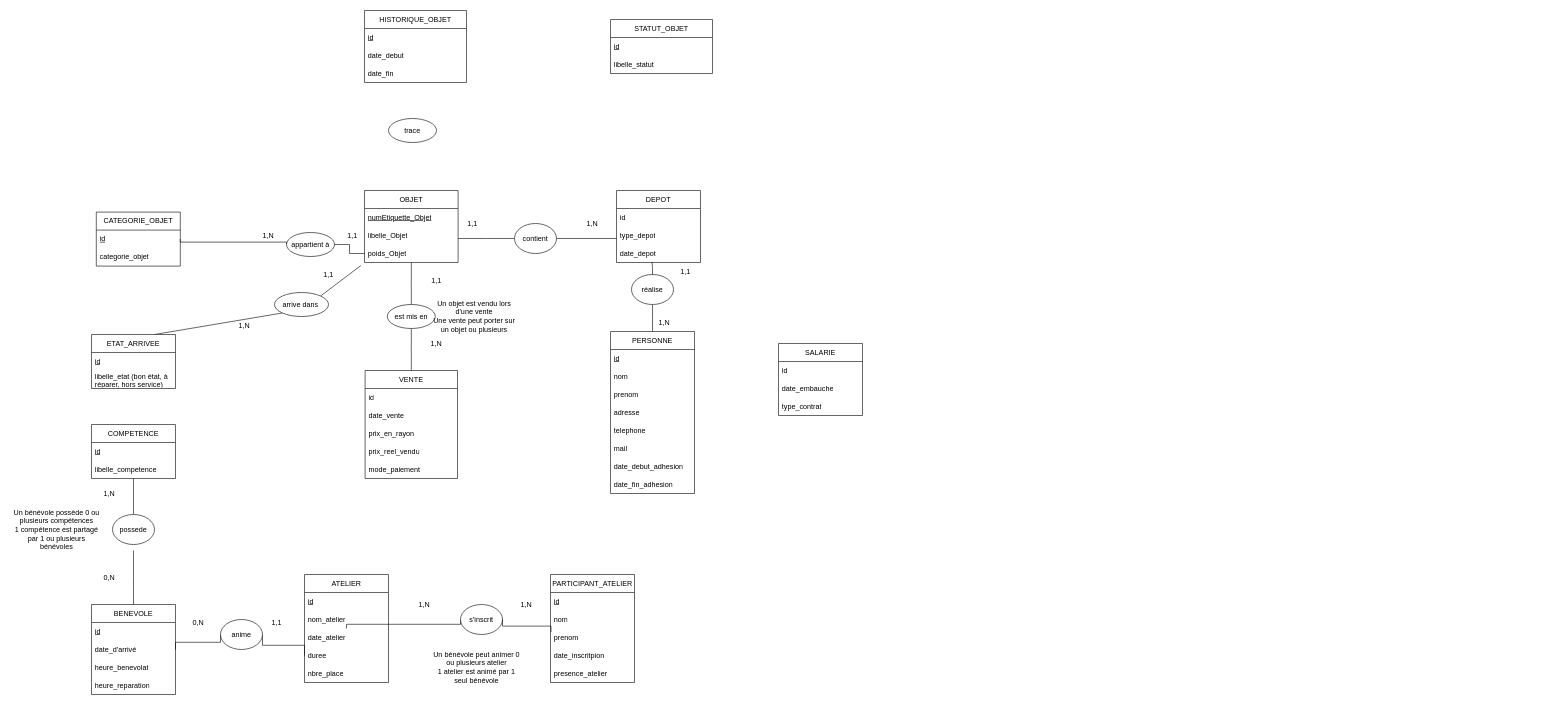
The draw.io diagram schema_EA_adatabase.drawio in gdiaby2403/repo1, before the edit. Source tidied: cells renumbered, new cells numbered last; positions are measured from the earlier drawing's top-left corner, leaving out a move shared by most shapes. Both pictures are drawn from the tidied source at 60%, with x=0, y=0 at pixel (10, 10).
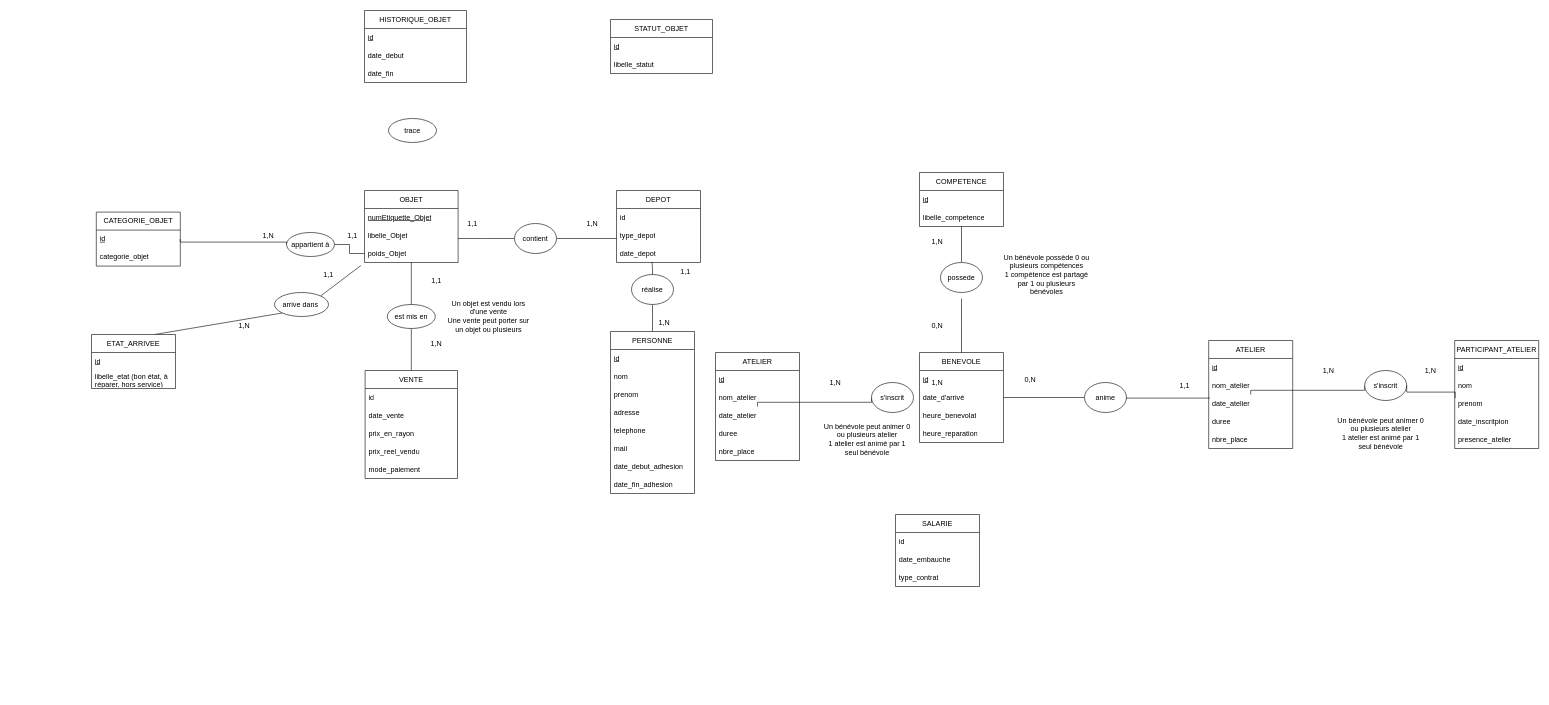
The same diagram, later.

The change refers to these unchanged cells:
```xml
<mxCell id="10" value="date_atelier" style="text;strokeColor=none;fillColor=none;align=left;verticalAlign=middle;spacingLeft=4;spacingRight=4;overflow=hidden;points=[[0,0.5],[1,0.5]];portConstraint=eastwest;whiteSpace=wrap;html=1;" parent="7" vertex="1">
  <mxGeometry y="90" width="140" height="30" as="geometry" />
</mxCell>
<mxCell id="11" value="duree" style="text;strokeColor=none;fillColor=none;align=left;verticalAlign=middle;spacingLeft=4;spacingRight=4;overflow=hidden;points=[[0,0.5],[1,0.5]];portConstraint=eastwest;whiteSpace=wrap;html=1;" parent="7" vertex="1">
  <mxGeometry y="120" width="140" height="30" as="geometry" />
</mxCell>
```

Change to the diagram source:
```diff
@@
     <mxCell id="7" value="ATELIER" style="swimlane;fontStyle=0;horizontal=1;startSize=30;whiteSpace=wrap;html=1;" parent="1" vertex="1">
-      <mxGeometry x="490" y="940" width="140" height="180" as="geometry" />
+      <mxGeometry x="1997" y="550" width="140" height="180" as="geometry" />
     </mxCell>
@@
-    <mxCell id="13" style="edgeStyle=elbowEdgeStyle;shape=wire;rounded=0;jettySize=auto;elbow=vertical;html=1;exitX=1;exitY=0.5;exitDx=0;exitDy=0;entryX=0;entryY=0.5;entryDx=0;entryDy=0;dashed=1;endArrow=none;endFill=0;" parent="1" edge="1" source="88" target="11">
-      <mxGeometry relative="1" as="geometry" />
-    </mxCell>
     <mxCell id="14" value="BENEVOLE" style="swimlane;fontStyle=0;horizontal=1;startSize=30;whiteSpace=wrap;html=1;" parent="1" vertex="1">
-      <mxGeometry x="135" y="990" width="140" height="150" as="geometry" />
+      <mxGeometry x="1515" y="570" width="140" height="150" as="geometry" />
     </mxCell>
@@
     <mxCell id="30" style="shape=wire;rounded=0;jettySize=auto;elbow=vertical;html=1;exitX=0.5;exitY=1;exitDx=0;exitDy=0;entryX=0.5;entryY=0;entryDx=0;entryDy=0;dashed=1;endArrow=none;endFill=0;" parent="1" edge="1" source="31">
       <mxGeometry relative="1" as="geometry">
-        <mxPoint x="205" y="840" as="targetPoint" />
+        <mxPoint x="1585" y="420" as="targetPoint" />
       </mxGeometry>
     </mxCell>
     <mxCell id="31" value="COMPETENCE" style="swimlane;fontStyle=0;horizontal=1;startSize=30;whiteSpace=wrap;html=1;" parent="1" vertex="1">
-      <mxGeometry x="135" y="690" width="140" height="90" as="geometry" />
+      <mxGeometry x="1515" y="270" width="140" height="90" as="geometry" />
     </mxCell>
@@
     <mxCell id="38" value="PARTICIPANT_ATELIER" style="swimlane;fontStyle=0;horizontal=1;startSize=30;whiteSpace=wrap;html=1;" parent="1" vertex="1">
-      <mxGeometry x="900" y="940" width="140" height="180" as="geometry" />
+      <mxGeometry x="2407" y="550" width="140" height="180" as="geometry" />
     </mxCell>
@@
     <mxCell id="60" value="SALARIE" style="swimlane;fontStyle=0;horizontal=1;startSize=30;whiteSpace=wrap;html=1;" parent="1" vertex="1">
-      <mxGeometry x="1280" y="555" width="140" height="120" as="geometry" />
+      <mxGeometry x="1475" y="840" width="140" height="120" as="geometry" />
     </mxCell>
@@
     <mxCell id="64" style="edgeStyle=elbowEdgeStyle;shape=wire;rounded=0;jettySize=auto;elbow=vertical;html=1;exitX=0.5;exitY=1;exitDx=0;exitDy=0;entryX=0.5;entryY=0;entryDx=0;entryDy=0;dashed=1;endArrow=none;endFill=0;" parent="1" edge="1" target="14">
       <mxGeometry relative="1" as="geometry">
-        <mxPoint x="205" y="900" as="sourcePoint" />
+        <mxPoint x="1585" y="480" as="sourcePoint" />
       </mxGeometry>
     </mxCell>
     <mxCell id="65" value="0,N" style="text;html=1;whiteSpace=wrap;strokeColor=none;fillColor=none;align=center;verticalAlign=middle;rounded=0;" parent="1" vertex="1">
-      <mxGeometry x="135" y="930" width="60" height="30" as="geometry" />
+      <mxGeometry x="1515" y="510" width="60" height="30" as="geometry" />
     </mxCell>
     <mxCell id="66" value="1,N" style="text;html=1;whiteSpace=wrap;strokeColor=none;fillColor=none;align=center;verticalAlign=middle;rounded=0;" parent="1" vertex="1">
-      <mxGeometry x="135" y="790" width="60" height="30" as="geometry" />
+      <mxGeometry x="1515" y="370" width="60" height="30" as="geometry" />
     </mxCell>
@@
     <mxCell id="88" value="anime" style="ellipse;whiteSpace=wrap;html=1;shapeInside=1;" parent="1" vertex="1">
-      <mxGeometry x="350" y="1015" width="70" height="50" as="geometry" />
+      <mxGeometry x="1790" y="620" width="70" height="50" as="geometry" />
     </mxCell>
     <mxCell id="89" value="0,N" style="text;html=1;whiteSpace=wrap;strokeColor=none;fillColor=none;align=center;verticalAlign=middle;rounded=0;" parent="1" vertex="1">
-      <mxGeometry x="283" y="1005" width="60" height="30" as="geometry" />
+      <mxGeometry x="1670" y="600" width="60" height="30" as="geometry" />
     </mxCell>
     <mxCell id="90" value="1,1" style="text;html=1;whiteSpace=wrap;strokeColor=none;fillColor=none;align=center;verticalAlign=middle;rounded=0;" parent="1" vertex="1">
-      <mxGeometry x="414" y="1005" width="60" height="30" as="geometry" />
+      <mxGeometry x="1927" y="610" width="60" height="30" as="geometry" />
     </mxCell>
     <mxCell id="91" value="Un bénévole peut animer 0 ou plusieurs atelier&lt;br&gt;1 atelier est animé par 1 seul bénévole" style="text;html=1;whiteSpace=wrap;strokeColor=none;fillColor=none;align=center;verticalAlign=middle;rounded=0;" parent="1" vertex="1">
-      <mxGeometry x="700" y="1080" width="154" height="30" as="geometry" />
+      <mxGeometry x="2207" y="690" width="154" height="30" as="geometry" />
     </mxCell>
     <mxCell id="92" value="possede" style="ellipse;whiteSpace=wrap;html=1;shapeInside=1;" parent="1" vertex="1">
-      <mxGeometry x="170" y="840" width="70" height="50" as="geometry" />
+      <mxGeometry x="1550" y="420" width="70" height="50" as="geometry" />
     </mxCell>
     <mxCell id="93" value="Un bénévole possède 0 ou plusieurs compétences&lt;br&gt;1 compétence est partagé par 1 ou plusieurs bénévoles" style="text;html=1;whiteSpace=wrap;strokeColor=none;fillColor=none;align=center;verticalAlign=middle;rounded=0;" parent="1" vertex="1">
-      <mxGeometry y="850" width="154" height="30" as="geometry" />
+      <mxGeometry x="1650" y="425" width="154" height="30" as="geometry" />
     </mxCell>
@@
     <mxCell id="95" value="s'inscrit" style="ellipse;whiteSpace=wrap;html=1;shapeInside=1;" parent="1" vertex="1">
-      <mxGeometry x="750" y="990" width="70" height="50" as="geometry" />
+      <mxGeometry x="2257" y="600" width="70" height="50" as="geometry" />
     </mxCell>
@@
     <mxCell id="97" value="1,N" style="text;html=1;whiteSpace=wrap;strokeColor=none;fillColor=none;align=center;verticalAlign=middle;rounded=0;" parent="1" vertex="1">
-      <mxGeometry x="830" y="975" width="60" height="30" as="geometry" />
+      <mxGeometry x="2337" y="585" width="60" height="30" as="geometry" />
     </mxCell>
     <mxCell id="98" value="1,N" style="text;html=1;whiteSpace=wrap;strokeColor=none;fillColor=none;align=center;verticalAlign=middle;rounded=0;" parent="1" vertex="1">
-      <mxGeometry x="660" y="975" width="60" height="30" as="geometry" />
+      <mxGeometry x="2167" y="585" width="60" height="30" as="geometry" />
     </mxCell>
@@
     <mxCell id="105" value="Un objet est vendu lors d'une vente&lt;br&gt;Une vente peut porter sur un objet ou plusieurs" style="text;html=1;whiteSpace=wrap;strokeColor=none;fillColor=none;align=center;verticalAlign=middle;rounded=0;" parent="1" vertex="1">
-      <mxGeometry x="696" y="495" width="154" height="30" as="geometry" />
+      <mxGeometry x="720" y="495" width="154" height="30" as="geometry" />
     </mxCell>
+    <mxCell id="106" style="edgeStyle=elbowEdgeStyle;shape=wire;rounded=0;jettySize=auto;elbow=vertical;html=1;exitX=1;exitY=0.5;exitDx=0;exitDy=0;entryX=0.015;entryY=0.221;entryDx=0;entryDy=0;entryPerimeter=0;dashed=1;endArrow=none;endFill=0;" parent="1" edge="1" source="88" target="10">
+      <mxGeometry relative="1" as="geometry" />
+    </mxCell>
+    <mxCell id="107" value="ATELIER" style="swimlane;fontStyle=0;horizontal=1;startSize=30;whiteSpace=wrap;html=1;" parent="1" vertex="1">
+      <mxGeometry x="1175" y="570" width="140" height="180" as="geometry" />
+    </mxCell>
+    <mxCell id="108" value="&lt;u&gt;id&lt;/u&gt;" style="text;strokeColor=none;fillColor=none;align=left;verticalAlign=middle;spacingLeft=4;spacingRight=4;overflow=hidden;whiteSpace=wrap;html=1;" parent="107" vertex="1">
+      <mxGeometry y="30" width="140" height="30" as="geometry" />
+    </mxCell>
+    <mxCell id="109" value="nom_atelier" style="text;strokeColor=none;fillColor=none;align=left;verticalAlign=middle;spacingLeft=4;spacingRight=4;overflow=hidden;whiteSpace=wrap;html=1;" parent="107" vertex="1">
+      <mxGeometry y="60" width="140" height="30" as="geometry" />
+    </mxCell>
+    <mxCell id="110" value="date_atelier" style="text;strokeColor=none;fillColor=none;align=left;verticalAlign=middle;spacingLeft=4;spacingRight=4;overflow=hidden;points=[[0,0.5],[1,0.5]];portConstraint=eastwest;whiteSpace=wrap;html=1;" parent="107" vertex="1">
+      <mxGeometry y="90" width="140" height="30" as="geometry" />
+    </mxCell>
+    <mxCell id="111" value="duree" style="text;strokeColor=none;fillColor=none;align=left;verticalAlign=middle;spacingLeft=4;spacingRight=4;overflow=hidden;whiteSpace=wrap;html=1;" parent="107" vertex="1">
+      <mxGeometry y="120" width="140" height="30" as="geometry" />
+    </mxCell>
+    <mxCell id="112" value="nbre_place" style="text;strokeColor=none;fillColor=none;align=left;verticalAlign=middle;spacingLeft=4;spacingRight=4;overflow=hidden;whiteSpace=wrap;html=1;" parent="107" vertex="1">
+      <mxGeometry y="150" width="140" height="30" as="geometry" />
+    </mxCell>
+    <mxCell id="113" value="Un bénévole peut animer 0 ou plusieurs atelier&lt;br&gt;1 atelier est animé par 1 seul bénévole" style="text;html=1;whiteSpace=wrap;strokeColor=none;fillColor=none;align=center;verticalAlign=middle;rounded=0;" parent="1" vertex="1">
+      <mxGeometry x="1351" y="700" width="154" height="30" as="geometry" />
+    </mxCell>
+    <mxCell id="114" style="edgeStyle=elbowEdgeStyle;shape=wire;rounded=0;jettySize=auto;elbow=vertical;html=1;exitX=0;exitY=0.5;exitDx=0;exitDy=0;dashed=1;endArrow=none;endFill=0;" parent="1" edge="1" source="115" target="110">
+      <mxGeometry relative="1" as="geometry" />
+    </mxCell>
+    <mxCell id="115" value="s'inscrit" style="ellipse;whiteSpace=wrap;html=1;shapeInside=1;" parent="1" vertex="1">
+      <mxGeometry x="1435" y="620" width="70" height="50" as="geometry" />
+    </mxCell>
+    <mxCell id="116" value="1,N" style="text;html=1;whiteSpace=wrap;strokeColor=none;fillColor=none;align=center;verticalAlign=middle;rounded=0;" parent="1" vertex="1">
+      <mxGeometry x="1515" y="605" width="60" height="30" as="geometry" />
+    </mxCell>
+    <mxCell id="117" value="1,N" style="text;html=1;whiteSpace=wrap;strokeColor=none;fillColor=none;align=center;verticalAlign=middle;rounded=0;" parent="1" vertex="1">
+      <mxGeometry x="1345" y="605" width="60" height="30" as="geometry" />
+    </mxCell>
```
